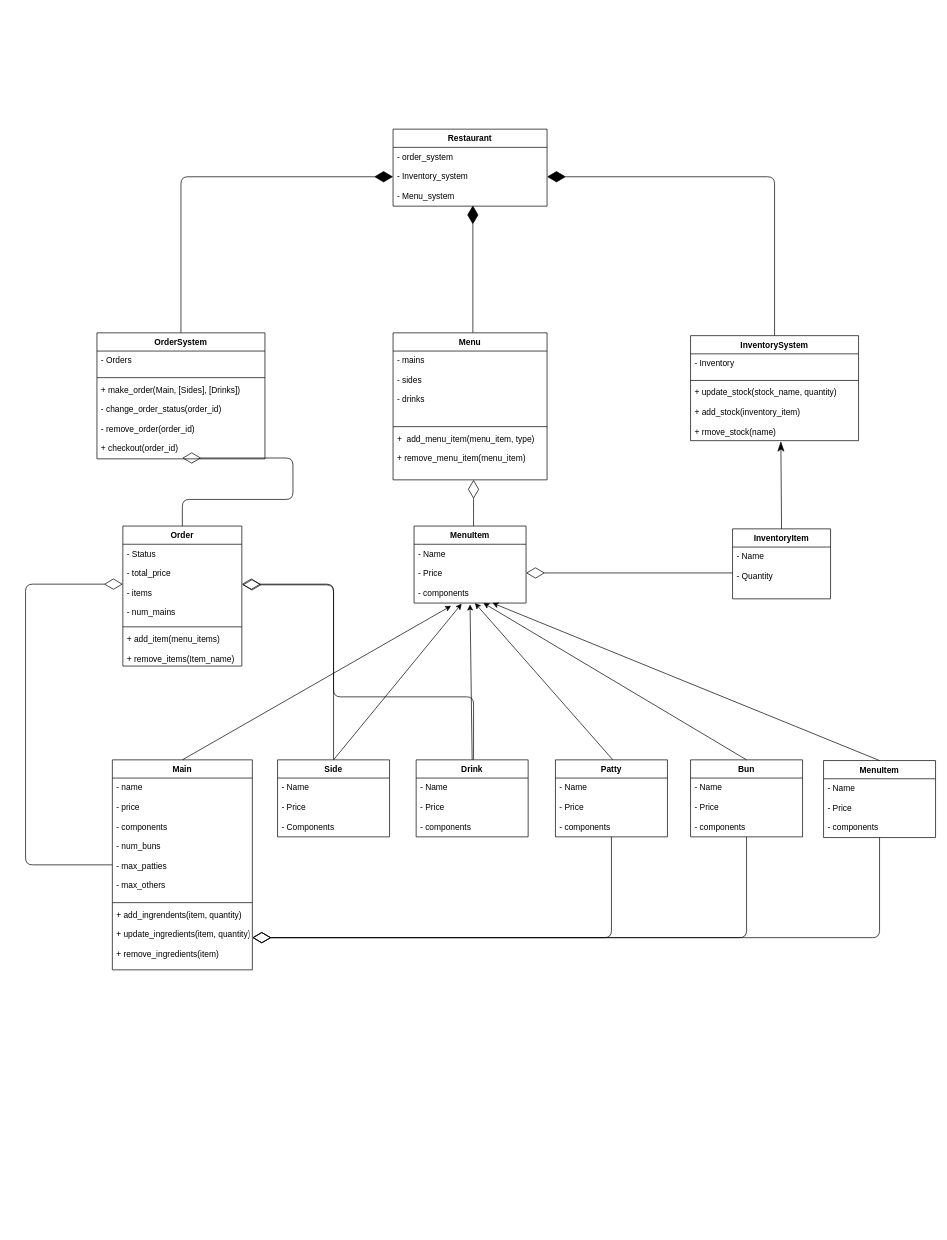
Above: docs/uml_diagram.drawio in peterhuyxuan/SelfOrderingFoodSystem (draw.io), before the change. Source tidied: cells renumbered, new cells numbered last; positions are measured from the earlier drawing's top-left corner, leaving out a move shared by most shapes. Both pictures are drawn from the tidied source at 70%, with x=0, y=0 at pixel (25, 129).
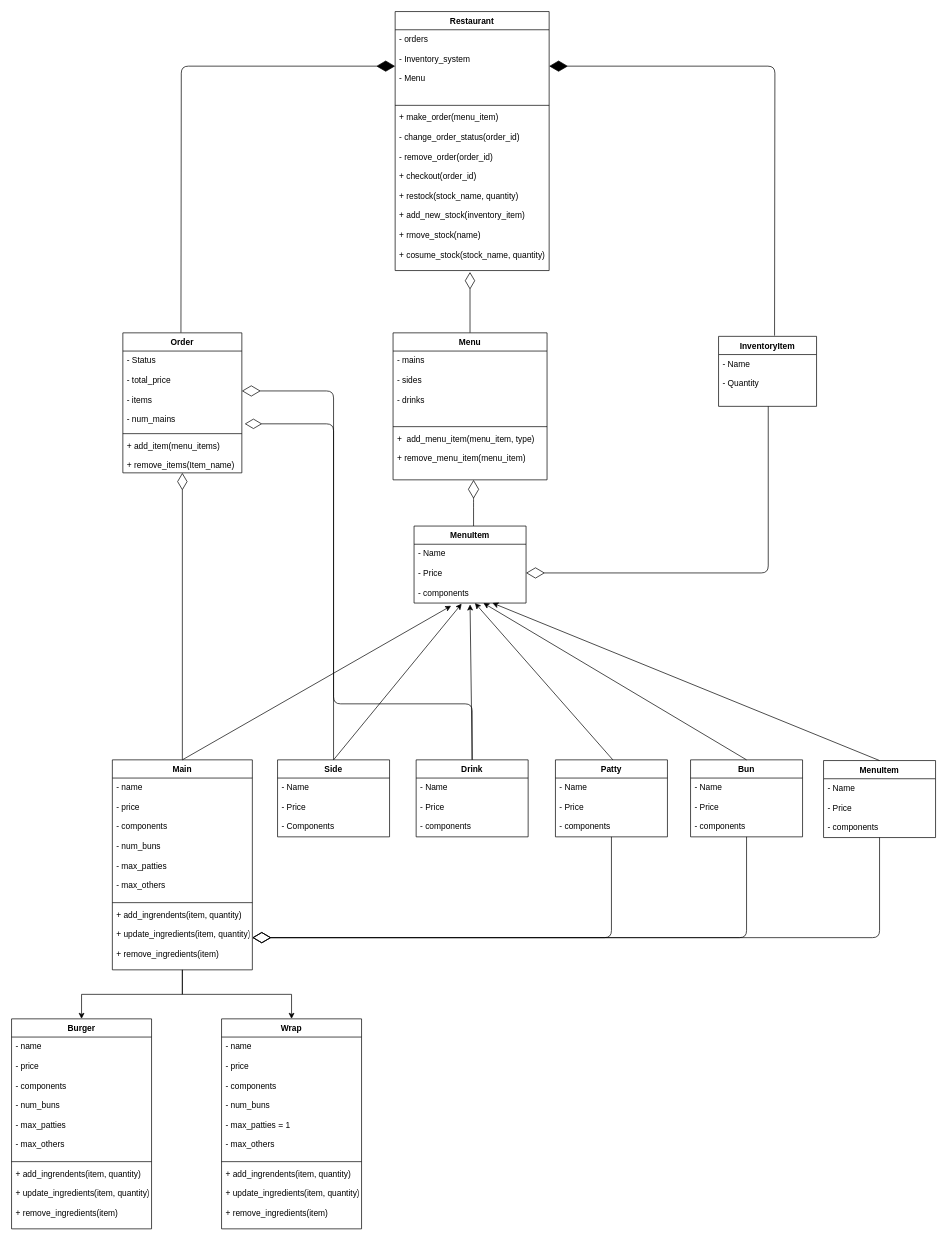
The same page after the edit.

Commit message:
remodeled the classes

The change refers to these unchanged cells:
```xml
<mxCell id="5" value="Menu" style="swimlane;fontStyle=1;align=center;verticalAlign=top;horizontal=1;startSize=26;" parent="1" vertex="1">
  <mxGeometry x="525" y="291" width="220" height="210" as="geometry" />
</mxCell>
<mxCell id="23" value="Drink" style="swimlane;fontStyle=1;align=center;verticalAlign=top;horizontal=1;startSize=26;" parent="1" vertex="1">
  <mxGeometry x="558" y="901" width="160" height="110" as="geometry" />
</mxCell>
<mxCell id="35" value="Main" style="swimlane;fontStyle=1;align=center;verticalAlign=top;horizontal=1;startSize=26;" parent="1" vertex="1">
  <mxGeometry x="124" y="901" width="200" height="300" as="geometry" />
</mxCell>
<mxCell id="41" value="- Status&#10;&#10;- total_price&#10;&#10;- items&#10;&#10;- num_mains&#10;&#10;" style="text;strokeColor=none;fillColor=none;align=left;verticalAlign=top;spacingLeft=4;spacingRight=4;overflow=hidden;points=[[0,0.5],[1,0.5]];portConstraint=eastwest;" parent="40" vertex="1">
  <mxGeometry y="26" width="170" height="114" as="geometry" />
</mxCell>
<mxCell id="43" value="+ add_item(menu_items)&#10;&#10;+ remove_items(Item_name)&#10;&#10;" style="text;strokeColor=none;fillColor=none;align=left;verticalAlign=top;spacingLeft=4;spacingRight=4;overflow=hidden;points=[[0,0.5],[1,0.5]];portConstraint=eastwest;" parent="40" vertex="1">
  <mxGeometry y="148" width="170" height="52" as="geometry" />
</mxCell>
<mxCell id="55" value="- Name&#10;&#10;- Quantity" style="text;strokeColor=none;fillColor=none;align=left;verticalAlign=top;spacingLeft=4;spacingRight=4;overflow=hidden;points=[[0,0.5],[1,0.5]];portConstraint=eastwest;" parent="54" vertex="1">
  <mxGeometry y="26" width="140" height="74" as="geometry" />
</mxCell>
```

Diff of the diagram source:
```diff
@@
     <mxCell id="2" value="Restaurant" style="swimlane;fontStyle=1;align=center;verticalAlign=top;horizontal=1;startSize=26;" parent="1" vertex="1">
-      <mxGeometry x="525" width="220" height="110" as="geometry" />
+      <mxGeometry x="528" y="-168" width="220" height="370" as="geometry" />
     </mxCell>
-    <mxCell id="3" value="- order_system&#10;&#10;- Inventory_system&#10;&#10;- Menu_system&#10;&#10;" style="text;strokeColor=none;fillColor=none;align=left;verticalAlign=top;spacingLeft=4;spacingRight=4;overflow=hidden;points=[[0,0.5],[1,0.5]];portConstraint=eastwest;" parent="2" vertex="1">
-      <mxGeometry y="26" width="220" height="84" as="geometry" />
+    <mxCell id="3" value="- orders&#10;&#10;- Inventory_system&#10;&#10;- Menu&#10;" style="text;strokeColor=none;fillColor=none;align=left;verticalAlign=top;spacingLeft=4;spacingRight=4;overflow=hidden;points=[[0,0.5],[1,0.5]];portConstraint=eastwest;" parent="2" vertex="1">
+      <mxGeometry y="26" width="220" height="104" as="geometry" />
     </mxCell>
-    <mxCell id="4" style="edgeStyle=orthogonalEdgeStyle;rounded=1;orthogonalLoop=1;jettySize=auto;html=1;entryX=0.5;entryY=0.988;entryDx=0;entryDy=0;entryPerimeter=0;endFill=1;endArrow=diamondThin;endSize=24;" parent="1" edge="1">
-      <mxGeometry relative="1" as="geometry">
-        <mxPoint x="639" y="291" as="sourcePoint" />
-        <mxPoint x="639" y="109" as="targetPoint" />
-      </mxGeometry>
-    </mxCell>
+    <mxCell id="57" style="line;strokeWidth=1;fillColor=none;align=left;verticalAlign=middle;spacingTop=-1;spacingLeft=3;spacingRight=3;labelPosition=right;" parent="2" vertex="1">
+      <mxGeometry y="130" width="220" height="8" as="geometry" />
+    </mxCell>
+    <mxCell id="58" value="+ make_order(menu_item)&#10;&#10;- change_order_status(order_id)&#10;&#10;- remove_order(order_id)&#10;&#10;+ checkout(order_id)&#10;&#10;+ restock(stock_name, quantity)&#10;&#10;+ add_new_stock(inventory_item)&#10;&#10;+ rmove_stock(name)&#10;&#10;+ cosume_stock(stock_name, quantity)&#10;" style="text;strokeColor=none;fillColor=none;align=left;verticalAlign=top;spacingLeft=4;spacingRight=4;overflow=hidden;points=[[0,0.5],[1,0.5]];portConstraint=eastwest;" parent="2" vertex="1">
+      <mxGeometry y="138" width="220" height="232" as="geometry" />
+    </mxCell>
+    <mxCell id="59" style="edgeStyle=none;rounded=0;jettySize=auto;html=1;entryX=0.486;entryY=1.009;entryDx=0;entryDy=0;entryPerimeter=0;endArrow=diamondThin;endFill=0;endSize=22;" parent="1" edge="1" source="5" target="58">
+      <mxGeometry relative="1" as="geometry" />
+    </mxCell>
@@
-    <mxCell id="9" style="edgeStyle=orthogonalEdgeStyle;rounded=1;jettySize=auto;html=1;entryX=0;entryY=0.5;entryDx=0;entryDy=0;endFill=1;endArrow=diamondThin;endSize=24;" parent="1" edge="1" source="10" target="3">
-      <mxGeometry relative="1" as="geometry" />
+    <mxCell id="9" style="edgeStyle=orthogonalEdgeStyle;rounded=1;jettySize=auto;html=1;entryX=0;entryY=0.5;entryDx=0;entryDy=0;endFill=1;endArrow=diamondThin;endSize=24;" parent="1" edge="1" target="3">
+      <mxGeometry relative="1" as="geometry">
+        <mxPoint x="222" y="291" as="sourcePoint" />
+      </mxGeometry>
     </mxCell>
-    <mxCell id="10" value="OrderSystem" style="swimlane;fontStyle=1;align=center;verticalAlign=top;horizontal=1;startSize=26;" parent="1" vertex="1">
-      <mxGeometry x="102" y="291" width="240" height="180" as="geometry" />
-    </mxCell>
-    <mxCell id="11" value="- Orders" style="text;strokeColor=none;fillColor=none;align=left;verticalAlign=top;spacingLeft=4;spacingRight=4;overflow=hidden;" parent="10" vertex="1">
-      <mxGeometry y="26" width="240" height="34" as="geometry" />
-    </mxCell>
-    <mxCell id="12" style="line;strokeWidth=1;fillColor=none;align=left;verticalAlign=middle;spacingTop=-1;spacingLeft=3;spacingRight=3;labelPosition=right;" parent="10" vertex="1">
-      <mxGeometry y="60" width="240" height="8" as="geometry" />
-    </mxCell>
-    <mxCell id="13" value="+ make_order(Main, [Sides], [Drinks])&#10;&#10;- change_order_status(order_id)&#10;&#10;- remove_order(order_id)&#10;&#10;+ checkout(order_id)&#10;" style="text;strokeColor=none;fillColor=none;align=left;verticalAlign=top;spacingLeft=4;spacingRight=4;overflow=hidden;points=[[0,0.5],[1,0.5]];portConstraint=eastwest;" parent="10" vertex="1">
-      <mxGeometry y="68" width="240" height="112" as="geometry" />
-    </mxCell>
-    <mxCell id="14" style="edgeStyle=orthogonalEdgeStyle;rounded=1;jettySize=auto;html=1;entryX=1;entryY=0.5;entryDx=0;entryDy=0;endFill=1;endArrow=diamondThin;endSize=24;" parent="1" edge="1" source="15" target="3">
-      <mxGeometry relative="1" as="geometry" />
+    <mxCell id="14" style="edgeStyle=orthogonalEdgeStyle;rounded=1;jettySize=auto;html=1;entryX=1;entryY=0.5;entryDx=0;entryDy=0;endFill=1;endArrow=diamondThin;endSize=24;" parent="1" edge="1" target="3">
+      <mxGeometry relative="1" as="geometry">
+        <mxPoint x="1070" y="295" as="sourcePoint" />
+      </mxGeometry>
     </mxCell>
-    <mxCell id="15" value="InventorySystem" style="swimlane;fontStyle=1;align=center;verticalAlign=top;horizontal=1;startSize=26;" parent="1" vertex="1">
-      <mxGeometry x="950" y="295" width="240" height="150" as="geometry" />
-    </mxCell>
-    <mxCell id="16" value="- Inventory" style="text;strokeColor=none;fillColor=none;align=left;verticalAlign=top;spacingLeft=4;spacingRight=4;overflow=hidden;" parent="15" vertex="1">
-      <mxGeometry y="26" width="240" height="34" as="geometry" />
-    </mxCell>
-    <mxCell id="17" style="line;strokeWidth=1;fillColor=none;align=left;verticalAlign=middle;spacingTop=-1;spacingLeft=3;spacingRight=3;labelPosition=right;" parent="15" vertex="1">
-      <mxGeometry y="60" width="240" height="8" as="geometry" />
-    </mxCell>
-    <mxCell id="18" value="+ update_stock(stock_name, quantity)&#10;&#10;+ add_stock(inventory_item)&#10;&#10;+ rmove_stock(name)" style="text;strokeColor=none;fillColor=none;align=left;verticalAlign=top;spacingLeft=4;spacingRight=4;overflow=hidden;" parent="15" vertex="1">
-      <mxGeometry y="68" width="240" height="82" as="geometry" />
-    </mxCell>
@@
-    <mxCell id="22" style="edgeStyle=orthogonalEdgeStyle;rounded=1;jettySize=auto;html=1;endFill=0;endArrow=diamondThin;endSize=24;" parent="1" edge="1" source="23">
-      <mxGeometry relative="1" as="geometry">
-        <mxPoint x="310" y="651" as="targetPoint" />
-        <Array as="points">
-          <mxPoint x="640" y="811" />
-          <mxPoint x="440" y="811" />
-          <mxPoint x="440" y="651" />
-        </Array>
-      </mxGeometry>
-    </mxCell>
+    <mxCell id="60" style="edgeStyle=orthogonalEdgeStyle;rounded=1;jettySize=auto;html=1;endArrow=diamondThin;endFill=0;endSize=22;entryX=1.024;entryY=0.912;entryDx=0;entryDy=0;entryPerimeter=0;" parent="1" edge="1" source="23" target="41">
+      <mxGeometry relative="1" as="geometry">
+        <Array as="points">
+          <mxPoint x="638" y="821" />
+          <mxPoint x="440" y="821" />
+          <mxPoint x="440" y="421" />
+        </Array>
+      </mxGeometry>
+    </mxCell>
@@
-    <mxCell id="34" style="edgeStyle=orthogonalEdgeStyle;rounded=1;jettySize=auto;html=1;entryX=0;entryY=0.5;entryDx=0;entryDy=0;endFill=0;endArrow=diamondThin;endSize=24;" parent="1" edge="1" source="35" target="41">
-      <mxGeometry relative="1" as="geometry">
-        <Array as="points">
-          <mxPoint y="1051" />
-          <mxPoint y="650" />
-        </Array>
-      </mxGeometry>
-    </mxCell>
+    <mxCell id="61" style="edgeStyle=none;rounded=0;jettySize=auto;html=1;endArrow=diamondThin;endFill=0;endSize=22;" parent="1" edge="1" source="35" target="43">
+      <mxGeometry relative="1" as="geometry" />
+    </mxCell>
+    <mxCell id="62" style="edgeStyle=orthogonalEdgeStyle;rounded=0;jettySize=auto;html=1;" parent="1" edge="1" source="35" target="68">
+      <mxGeometry relative="1" as="geometry" />
+    </mxCell>
+    <mxCell id="63" style="edgeStyle=orthogonalEdgeStyle;rounded=0;jettySize=auto;html=1;" parent="1" edge="1" source="35" target="64">
+      <mxGeometry relative="1" as="geometry" />
+    </mxCell>
@@
-    <mxCell id="39" style="edgeStyle=orthogonalEdgeStyle;rounded=1;jettySize=auto;html=1;entryX=0.508;entryY=0.989;entryDx=0;entryDy=0;entryPerimeter=0;endFill=0;endArrow=diamondThin;endSize=24;" parent="1" edge="1" source="40" target="13">
-      <mxGeometry relative="1" as="geometry" />
-    </mxCell>
+    <mxCell id="64" value="Burger" style="swimlane;fontStyle=1;align=center;verticalAlign=top;horizontal=1;startSize=26;" parent="1" vertex="1">
+      <mxGeometry x="-20" y="1271" width="200" height="300" as="geometry" />
+    </mxCell>
+    <mxCell id="65" value="- name&#10;&#10;- price&#10;&#10;- components&#10;&#10;- num_buns&#10;&#10;- max_patties&#10;&#10;- max_others" style="text;strokeColor=none;fillColor=none;align=left;verticalAlign=top;spacingLeft=4;spacingRight=4;overflow=hidden;" parent="64" vertex="1">
+      <mxGeometry y="26" width="200" height="174" as="geometry" />
+    </mxCell>
+    <mxCell id="66" style="line;strokeWidth=1;fillColor=none;align=left;verticalAlign=middle;spacingTop=-1;spacingLeft=3;spacingRight=3;labelPosition=right;" parent="64" vertex="1">
+      <mxGeometry y="200" width="200" height="8" as="geometry" />
+    </mxCell>
+    <mxCell id="67" value="+ add_ingrendents(item, quantity)&#10;&#10;+ update_ingredients(item, quantity)&#10;&#10;+ remove_ingredients(item)" style="text;strokeColor=none;fillColor=none;align=left;verticalAlign=top;spacingLeft=4;spacingRight=4;overflow=hidden;" parent="64" vertex="1">
+      <mxGeometry y="208" width="200" height="92" as="geometry" />
+    </mxCell>
+    <mxCell id="68" value="Wrap" style="swimlane;fontStyle=1;align=center;verticalAlign=top;horizontal=1;startSize=26;" parent="1" vertex="1">
+      <mxGeometry x="280" y="1271" width="200" height="300" as="geometry" />
+    </mxCell>
+    <mxCell id="69" value="- name&#10;&#10;- price&#10;&#10;- components&#10;&#10;- num_buns&#10;&#10;- max_patties = 1&#10;&#10;- max_others" style="text;strokeColor=none;fillColor=none;align=left;verticalAlign=top;spacingLeft=4;spacingRight=4;overflow=hidden;" parent="68" vertex="1">
+      <mxGeometry y="26" width="200" height="174" as="geometry" />
+    </mxCell>
+    <mxCell id="70" style="line;strokeWidth=1;fillColor=none;align=left;verticalAlign=middle;spacingTop=-1;spacingLeft=3;spacingRight=3;labelPosition=right;" parent="68" vertex="1">
+      <mxGeometry y="200" width="200" height="8" as="geometry" />
+    </mxCell>
+    <mxCell id="71" value="+ add_ingrendents(item, quantity)&#10;&#10;+ update_ingredients(item, quantity)&#10;&#10;+ remove_ingredients(item)" style="text;strokeColor=none;fillColor=none;align=left;verticalAlign=top;spacingLeft=4;spacingRight=4;overflow=hidden;" parent="68" vertex="1">
+      <mxGeometry y="208" width="200" height="92" as="geometry" />
+    </mxCell>
     <mxCell id="40" value="Order" style="swimlane;fontStyle=1;align=center;verticalAlign=top;horizontal=1;startSize=26;" parent="1" vertex="1">
-      <mxGeometry x="139" y="567" width="170" height="200" as="geometry" />
+      <mxGeometry x="139" y="291" width="170" height="200" as="geometry" />
     </mxCell>
@@
-    <mxCell id="53" style="edgeStyle=none;jettySize=auto;html=1;endArrow=classicThin;endFill=1;endSize=12;exitX=0.5;exitY=0;exitDx=0;exitDy=0;" parent="1" edge="1" source="54">
-      <mxGeometry relative="1" as="geometry">
-        <mxPoint x="1079" y="446" as="targetPoint" />
-      </mxGeometry>
-    </mxCell>
     <mxCell id="54" value="InventoryItem" style="swimlane;fontStyle=1;horizontal=1;startSize=26;fillColor=none;" parent="1" vertex="1">
-      <mxGeometry x="1010" y="571" width="140" height="100" as="geometry" />
+      <mxGeometry x="990" y="296" width="140" height="100" as="geometry" />
     </mxCell>
@@
-    <mxCell id="56" style="edgeStyle=none;jettySize=auto;html=1;entryX=1;entryY=0.5;entryDx=0;entryDy=0;endArrow=diamondThin;exitX=0;exitY=0.5;exitDx=0;exitDy=0;rounded=1;endFill=0;endSize=24;" parent="1" edge="1" source="55">
+    <mxCell id="56" style="jettySize=auto;html=1;entryX=1;entryY=0.5;entryDx=0;entryDy=0;endArrow=diamondThin;exitX=0.507;exitY=1;exitDx=0;exitDy=0;rounded=1;endFill=0;endSize=24;exitPerimeter=0;" parent="1" edge="1" source="55">
       <mxGeometry relative="1" as="geometry">
         <mxPoint x="715" y="634" as="targetPoint" />
+        <Array as="points">
+          <mxPoint x="1061" y="634" />
+        </Array>
       </mxGeometry>
     </mxCell>
```
